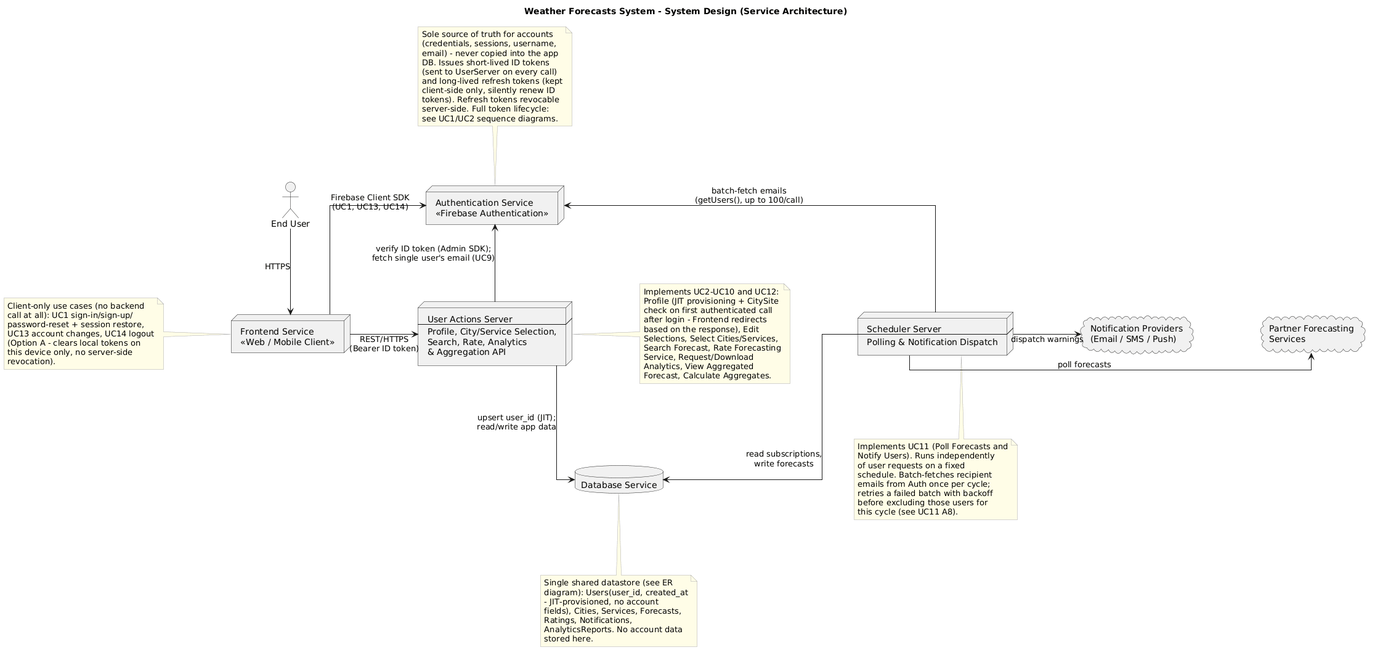
Before: requirements/system_design/system_design.png, a diagram exported from PlantUML (ManosMorf97/Weather-Forecasts-AI-Remastered).
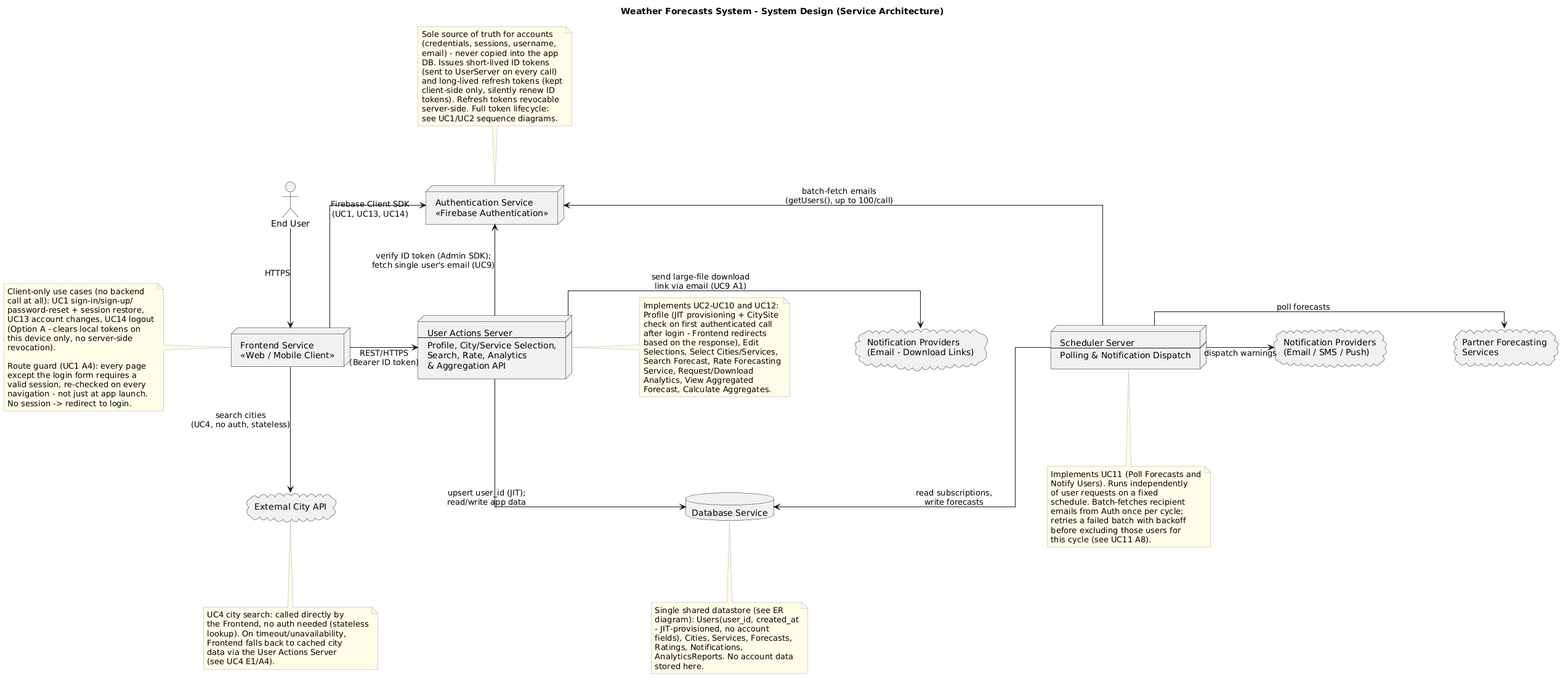
After the change.

Change to the diagram source:
```diff
@@ -22,7 +22,11 @@
 
 node "Scheduler Server\n----\nPolling & Notification Dispatch" as Scheduler
 
+cloud "External City API" as CityAPI
+
 cloud "Partner Forecasting\nServices" as PartnerAPIs
+
+cloud "Notification Providers\n(Email - Download Links)" as NotifyProvidersDL
 
 cloud "Notification Providers\n(Email / SMS / Push)" as NotifyProviders
 
@@ -30,9 +34,11 @@
 
 Frontend -up-> Auth : Firebase Client SDK\n(UC1, UC13, UC14)
 Frontend -right-> UserServer : REST/HTTPS\n(Bearer ID token)
+Frontend -down-> CityAPI : search cities\n(UC4, no auth, stateless)
 
 UserServer -up-> Auth : verify ID token (Admin SDK);\nfetch single user's email (UC9)
 UserServer -down-> DB : upsert user_id (JIT);\nread/write app data
+UserServer -right-> NotifyProvidersDL : send large-file download\nlink via email (UC9 A1)
 
 Scheduler -up-> Auth : batch-fetch emails\n(getUsers(), up to 100/call)
 Scheduler -down-> DB : read subscriptions,\nwrite forecasts
@@ -60,6 +66,21 @@
   (Option A - clears local tokens on
   this device only, no server-side
   revocation).
+
+  Route guard (UC1 A4): every page
+  except the login form requires a
+  valid session, re-checked on every
+  navigation - not just at app launch.
+  No session -> redirect to login.
+end note
+
+note bottom of CityAPI
+  UC4 city search: called directly by
+  the Frontend, no auth needed (stateless
+  lookup). On timeout/unavailability,
+  Frontend falls back to cached city
+  data via the User Actions Server
+  (see UC4 E1/A4).
 end note
 
 note right of UserServer
```
